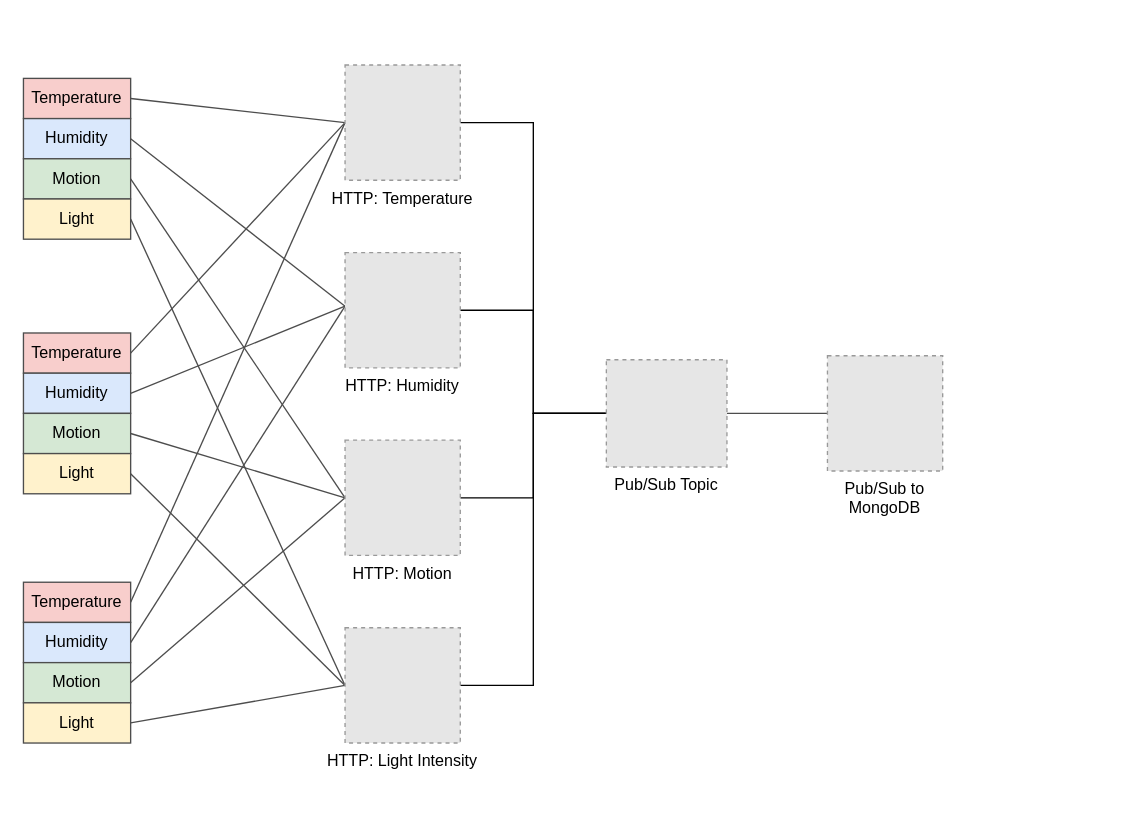
This is Untitled Diagram.drawio from garystafford/draw-io, a draw.io file, before an edit. Source tidied: cells renumbered, new cells numbered last; positions are measured from the earlier drawing's top-left corner, leaving out a move shared by most shapes. Both pictures are drawn from the tidied source at 134%, with x=0, y=0 at pixel (23, 64). Pictures stored in the file or linked from it are replaced by grey dashed boxes.
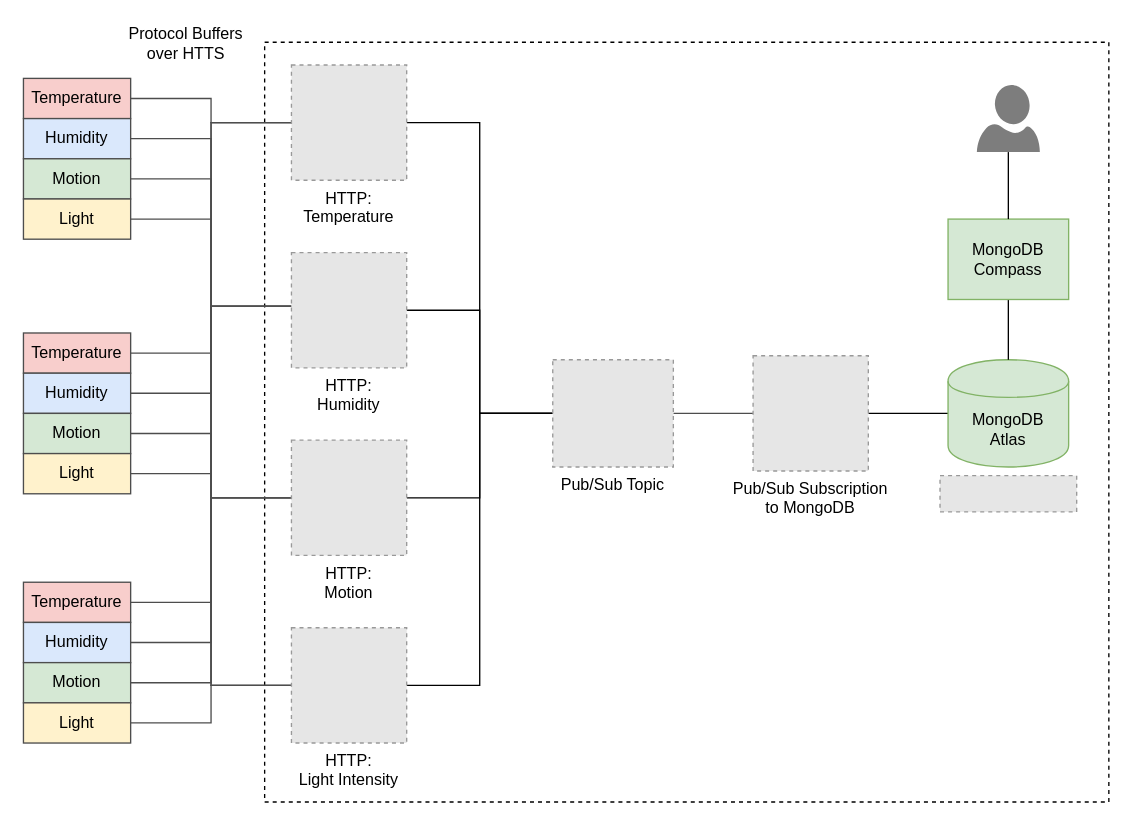
The same page after the edit.

Unchanged cells that the change refers to:
```xml
<mxCell id="3" value="Temperature" style="rounded=0;whiteSpace=wrap;html=1;fillColor=#f8cecc;strokeColor=#4D4D4D;" parent="1" vertex="1">
  <mxGeometry y="10" width="80" height="30" as="geometry" />
</mxCell>
<mxCell id="5" value="Humidity" style="rounded=0;whiteSpace=wrap;html=1;fillColor=#dae8fc;strokeColor=#4D4D4D;" parent="1" vertex="1">
  <mxGeometry y="40" width="80" height="30" as="geometry" />
</mxCell>
<mxCell id="7" value="Motion" style="rounded=0;whiteSpace=wrap;html=1;fillColor=#d5e8d4;strokeColor=#4D4D4D;" parent="1" vertex="1">
  <mxGeometry y="70" width="80" height="30" as="geometry" />
</mxCell>
<mxCell id="9" value="Light" style="rounded=0;whiteSpace=wrap;html=1;fillColor=#fff2cc;strokeColor=#4D4D4D;" parent="1" vertex="1">
  <mxGeometry y="100" width="80" height="30" as="geometry" />
</mxCell>
<mxCell id="11" value="Temperature" style="rounded=0;whiteSpace=wrap;html=1;fillColor=#f8cecc;strokeColor=#4D4D4D;" parent="1" vertex="1">
  <mxGeometry y="200" width="80" height="30" as="geometry" />
</mxCell>
<mxCell id="13" value="Humidity" style="rounded=0;whiteSpace=wrap;html=1;fillColor=#dae8fc;strokeColor=#4D4D4D;" parent="1" vertex="1">
  <mxGeometry y="230" width="80" height="30" as="geometry" />
</mxCell>
<mxCell id="15" value="Motion" style="rounded=0;whiteSpace=wrap;html=1;fillColor=#d5e8d4;strokeColor=#4D4D4D;" parent="1" vertex="1">
  <mxGeometry y="260" width="80" height="30" as="geometry" />
</mxCell>
<mxCell id="17" value="Light" style="rounded=0;whiteSpace=wrap;html=1;fillColor=#fff2cc;strokeColor=#4D4D4D;" parent="1" vertex="1">
  <mxGeometry y="290" width="80" height="30" as="geometry" />
</mxCell>
<mxCell id="19" value="Temperature" style="rounded=0;whiteSpace=wrap;html=1;fillColor=#f8cecc;strokeColor=#4D4D4D;" parent="1" vertex="1">
  <mxGeometry y="386" width="80" height="30" as="geometry" />
</mxCell>
<mxCell id="21" value="Humidity" style="rounded=0;whiteSpace=wrap;html=1;fillColor=#dae8fc;strokeColor=#4D4D4D;" parent="1" vertex="1">
  <mxGeometry y="416" width="80" height="30" as="geometry" />
</mxCell>
<mxCell id="23" value="Motion" style="rounded=0;whiteSpace=wrap;html=1;fillColor=#d5e8d4;strokeColor=#4D4D4D;" parent="1" vertex="1">
  <mxGeometry y="446" width="80" height="30" as="geometry" />
</mxCell>
<mxCell id="25" value="Light" style="rounded=0;whiteSpace=wrap;html=1;fillColor=#fff2cc;strokeColor=#4D4D4D;" parent="1" vertex="1">
  <mxGeometry y="476" width="80" height="30" as="geometry" />
</mxCell>
```

What changed in the source:
```diff
@@
+    <mxCell id="37" style="rounded=0;whiteSpace=wrap;html=1;fillColor=none;dashed=1;" parent="1" vertex="1">
+      <mxGeometry x="180" y="-17" width="630" height="567" as="geometry" />
+    </mxCell>
+    <mxCell id="38" style="fillColor=#E6E6E6;strokeColor=#999999;dashed=1;verticalLabelPosition=bottom;verticalAlign=top;" parent="1" vertex="1">
+      <mxGeometry x="684" y="306.5" width="102" height="27" as="geometry" />
+    </mxCell>
-    <mxCell id="2" style="rounded=0;jettySize=auto;html=1;jumpStyle=none;endArrow=none;endFill=0;exitX=1;exitY=0.5;exitDx=0;exitDy=0;entryX=0;entryY=0.5;entryDx=0;entryDy=0;fillColor=#f8cecc;strokeColor=#4D4D4D;" parent="1" edge="1" source="3" target="27">
+    <mxCell id="2" style="rounded=0;jettySize=auto;html=1;jumpStyle=none;endArrow=none;endFill=0;exitX=1;exitY=0.5;exitDx=0;exitDy=0;entryX=0;entryY=0.5;entryDx=0;entryDy=0;fillColor=#f8cecc;strokeColor=#4D4D4D;edgeStyle=elbowEdgeStyle;" parent="1" edge="1" source="3" target="27">
       <mxGeometry relative="1" as="geometry" />
     </mxCell>
+    <mxCell id="39" value="Protocol Buffers &lt;br&gt;over HTTS" style="text;html=1;align=center;verticalAlign=middle;labelBackgroundColor=#ffffff;" parent="2" vertex="1">
+      <mxGeometry x="-0.65" y="-2" relative="1" as="geometry">
+        <mxPoint x="16" y="-44" as="offset" />
+      </mxGeometry>
+    </mxCell>
@@
-    <mxCell id="4" style="rounded=0;jettySize=auto;html=1;entryX=0;entryY=0.5;entryDx=0;entryDy=0;jumpStyle=none;endArrow=none;endFill=0;exitX=1;exitY=0.5;exitDx=0;exitDy=0;fillColor=#ffe6cc;strokeColor=#4D4D4D;" parent="1" edge="1" source="5">
+    <mxCell id="4" style="rounded=0;jettySize=auto;html=1;entryX=0;entryY=0.5;entryDx=0;entryDy=0;jumpStyle=none;endArrow=none;endFill=0;exitX=1;exitY=0.5;exitDx=0;exitDy=0;fillColor=#ffe6cc;strokeColor=#4D4D4D;edgeStyle=elbowEdgeStyle;" parent="1" edge="1" source="5">
       <mxGeometry relative="1" as="geometry">
-        <mxPoint x="240" y="180" as="targetPoint" />
+        <mxPoint x="200" y="180" as="targetPoint" />
       </mxGeometry>
     </mxCell>
@@
-    <mxCell id="6" style="rounded=0;jumpStyle=none;jettySize=auto;html=1;entryX=0;entryY=0.5;entryDx=0;entryDy=0;endArrow=none;endFill=0;exitX=1;exitY=0.5;exitDx=0;exitDy=0;fillColor=#dae8fc;strokeColor=#4D4D4D;" parent="1" edge="1" source="7" target="31">
+    <mxCell id="6" style="rounded=0;jumpStyle=none;jettySize=auto;html=1;entryX=0;entryY=0.5;entryDx=0;entryDy=0;endArrow=none;endFill=0;exitX=1;exitY=0.5;exitDx=0;exitDy=0;fillColor=#dae8fc;strokeColor=#4D4D4D;edgeStyle=elbowEdgeStyle;" parent="1" edge="1" source="7" target="31">
       <mxGeometry relative="1" as="geometry" />
     </mxCell>
@@
-    <mxCell id="8" style="rounded=0;jumpStyle=none;jettySize=auto;html=1;endArrow=none;endFill=0;exitX=1;exitY=0.5;exitDx=0;exitDy=0;entryX=0;entryY=0.5;entryDx=0;entryDy=0;fillColor=#fff2cc;strokeColor=#4D4D4D;" parent="1" edge="1" source="9" target="33">
+    <mxCell id="8" style="rounded=0;jumpStyle=none;jettySize=auto;html=1;endArrow=none;endFill=0;exitX=1;exitY=0.5;exitDx=0;exitDy=0;entryX=0;entryY=0.5;entryDx=0;entryDy=0;fillColor=#fff2cc;strokeColor=#4D4D4D;edgeStyle=elbowEdgeStyle;" parent="1" edge="1" source="9" target="33">
       <mxGeometry relative="1" as="geometry" />
     </mxCell>
@@
-    <mxCell id="10" style="rounded=0;jettySize=auto;html=1;jumpStyle=none;endArrow=none;endFill=0;exitX=1;exitY=0.5;exitDx=0;exitDy=0;entryX=0;entryY=0.5;entryDx=0;entryDy=0;fillColor=#f8cecc;strokeColor=#4D4D4D;" parent="1" edge="1" source="11" target="27">
+    <mxCell id="10" style="rounded=0;jettySize=auto;html=1;jumpStyle=none;endArrow=none;endFill=0;exitX=1;exitY=0.5;exitDx=0;exitDy=0;entryX=0;entryY=0.5;entryDx=0;entryDy=0;fillColor=#f8cecc;strokeColor=#4D4D4D;edgeStyle=elbowEdgeStyle;" parent="1" edge="1" source="11" target="27">
       <mxGeometry relative="1" as="geometry" />
     </mxCell>
@@
-    <mxCell id="12" style="rounded=0;jettySize=auto;html=1;exitX=1;exitY=0.5;exitDx=0;exitDy=0;jumpStyle=none;endArrow=none;endFill=0;entryX=0;entryY=0.5;entryDx=0;entryDy=0;fillColor=#ffe6cc;strokeColor=#4D4D4D;" parent="1" edge="1" source="13">
+    <mxCell id="12" style="rounded=0;jettySize=auto;html=1;exitX=1;exitY=0.5;exitDx=0;exitDy=0;jumpStyle=none;endArrow=none;endFill=0;entryX=0;entryY=0.5;entryDx=0;entryDy=0;fillColor=#ffe6cc;strokeColor=#4D4D4D;edgeStyle=elbowEdgeStyle;" parent="1" edge="1" source="13">
       <mxGeometry relative="1" as="geometry">
-        <mxPoint x="240" y="180" as="targetPoint" />
+        <mxPoint x="200" y="180" as="targetPoint" />
       </mxGeometry>
     </mxCell>
@@
-    <mxCell id="14" style="rounded=0;jumpStyle=none;jettySize=auto;html=1;entryX=0;entryY=0.5;entryDx=0;entryDy=0;endArrow=none;endFill=0;exitX=1;exitY=0.5;exitDx=0;exitDy=0;fillColor=#dae8fc;strokeColor=#4D4D4D;" parent="1" edge="1" source="15" target="31">
+    <mxCell id="14" style="rounded=0;jumpStyle=none;jettySize=auto;html=1;entryX=0;entryY=0.5;entryDx=0;entryDy=0;endArrow=none;endFill=0;exitX=1;exitY=0.5;exitDx=0;exitDy=0;fillColor=#dae8fc;strokeColor=#4D4D4D;edgeStyle=elbowEdgeStyle;" parent="1" edge="1" source="15" target="31">
       <mxGeometry relative="1" as="geometry" />
     </mxCell>
@@
-    <mxCell id="16" style="rounded=0;jumpStyle=none;jettySize=auto;html=1;endArrow=none;endFill=0;entryX=0;entryY=0.5;entryDx=0;entryDy=0;fillColor=#fff2cc;strokeColor=#4D4D4D;exitX=1;exitY=0.5;exitDx=0;exitDy=0;" parent="1" edge="1" source="17" target="33">
+    <mxCell id="16" style="rounded=0;jumpStyle=none;jettySize=auto;html=1;endArrow=none;endFill=0;entryX=0;entryY=0.5;entryDx=0;entryDy=0;fillColor=#fff2cc;strokeColor=#4D4D4D;exitX=1;exitY=0.5;exitDx=0;exitDy=0;edgeStyle=elbowEdgeStyle;" parent="1" edge="1" source="17" target="33">
       <mxGeometry relative="1" as="geometry" />
     </mxCell>
@@
-    <mxCell id="18" style="rounded=0;jettySize=auto;html=1;entryX=0;entryY=0.5;entryDx=0;entryDy=0;jumpStyle=none;endArrow=none;endFill=0;exitX=1;exitY=0.5;exitDx=0;exitDy=0;fillColor=#f8cecc;strokeColor=#4D4D4D;" parent="1" edge="1" source="19" target="27">
+    <mxCell id="18" style="rounded=0;jettySize=auto;html=1;entryX=0;entryY=0.5;entryDx=0;entryDy=0;jumpStyle=none;endArrow=none;endFill=0;exitX=1;exitY=0.5;exitDx=0;exitDy=0;fillColor=#f8cecc;strokeColor=#4D4D4D;edgeStyle=elbowEdgeStyle;" parent="1" edge="1" source="19" target="27">
       <mxGeometry relative="1" as="geometry" />
     </mxCell>
@@
-    <mxCell id="20" style="rounded=0;jettySize=auto;html=1;jumpStyle=none;endArrow=none;endFill=0;exitX=1;exitY=0.5;exitDx=0;exitDy=0;fillColor=#ffe6cc;strokeColor=#4D4D4D;" parent="1" edge="1" source="21">
+    <mxCell id="20" style="rounded=0;jettySize=auto;html=1;jumpStyle=none;endArrow=none;endFill=0;exitX=1;exitY=0.5;exitDx=0;exitDy=0;fillColor=#ffe6cc;strokeColor=#4D4D4D;edgeStyle=elbowEdgeStyle;" parent="1" edge="1" source="21">
       <mxGeometry relative="1" as="geometry">
-        <mxPoint x="240" y="180" as="targetPoint" />
+        <mxPoint x="200" y="180" as="targetPoint" />
       </mxGeometry>
     </mxCell>
@@
-    <mxCell id="22" style="rounded=0;jumpStyle=none;jettySize=auto;html=1;entryX=0;entryY=0.5;entryDx=0;entryDy=0;endArrow=none;endFill=0;exitX=1;exitY=0.5;exitDx=0;exitDy=0;fillColor=#dae8fc;strokeColor=#4D4D4D;" parent="1" edge="1" source="23" target="31">
+    <mxCell id="22" style="rounded=0;jumpStyle=none;jettySize=auto;html=1;entryX=0;entryY=0.5;entryDx=0;entryDy=0;endArrow=none;endFill=0;exitX=1;exitY=0.5;exitDx=0;exitDy=0;fillColor=#dae8fc;strokeColor=#4D4D4D;edgeStyle=elbowEdgeStyle;" parent="1" edge="1" source="23" target="31">
       <mxGeometry relative="1" as="geometry" />
     </mxCell>
@@
-    <mxCell id="24" style="rounded=0;jumpStyle=none;jettySize=auto;html=1;entryX=0;entryY=0.5;entryDx=0;entryDy=0;endArrow=none;endFill=0;exitX=1;exitY=0.5;exitDx=0;exitDy=0;fillColor=#fff2cc;strokeColor=#4D4D4D;" parent="1" edge="1" source="25" target="33">
+    <mxCell id="24" style="rounded=0;jumpStyle=none;jettySize=auto;html=1;entryX=0;entryY=0.5;entryDx=0;entryDy=0;endArrow=none;endFill=0;exitX=1;exitY=0.5;exitDx=0;exitDy=0;fillColor=#fff2cc;strokeColor=#4D4D4D;edgeStyle=elbowEdgeStyle;" parent="1" edge="1" source="25" target="33">
       <mxGeometry relative="1" as="geometry" />
     </mxCell>
@@
-    <mxCell id="27" value="HTTP: Temperature" style="fillColor=#E6E6E6;strokeColor=#999999;dashed=1;verticalLabelPosition=bottom;verticalAlign=top;" parent="1" vertex="1">
-      <mxGeometry x="240" width="86" height="86" as="geometry" />
+    <mxCell id="27" value="HTTP: &#10;Temperature" style="fillColor=#E6E6E6;strokeColor=#999999;dashed=1;verticalLabelPosition=bottom;verticalAlign=top;" parent="1" vertex="1">
+      <mxGeometry x="200" width="86" height="86" as="geometry" />
     </mxCell>
@@
-    <mxCell id="29" value="HTTP: Humidity" style="fillColor=#E6E6E6;strokeColor=#999999;dashed=1;verticalLabelPosition=bottom;verticalAlign=top;" parent="1" vertex="1">
-      <mxGeometry x="240" y="140" width="86" height="86" as="geometry" />
+    <mxCell id="29" value="HTTP: &#10;Humidity" style="fillColor=#E6E6E6;strokeColor=#999999;dashed=1;verticalLabelPosition=bottom;verticalAlign=top;" parent="1" vertex="1">
+      <mxGeometry x="200" y="140" width="86" height="86" as="geometry" />
     </mxCell>
@@
-    <mxCell id="31" value="HTTP: Motion" style="fillColor=#E6E6E6;strokeColor=#999999;dashed=1;verticalLabelPosition=bottom;verticalAlign=top;" parent="1" vertex="1">
-      <mxGeometry x="240" y="280" width="86" height="86" as="geometry" />
+    <mxCell id="31" value="HTTP: &#10;Motion" style="fillColor=#E6E6E6;strokeColor=#999999;dashed=1;verticalLabelPosition=bottom;verticalAlign=top;" parent="1" vertex="1">
+      <mxGeometry x="200" y="280" width="86" height="86" as="geometry" />
     </mxCell>
@@
-    <mxCell id="33" value="HTTP: Light Intensity" style="fillColor=#E6E6E6;strokeColor=#999999;dashed=1;verticalLabelPosition=bottom;verticalAlign=top;" parent="1" vertex="1">
-      <mxGeometry x="240" y="420" width="86" height="86" as="geometry" />
+    <mxCell id="33" value="HTTP: &#10;Light Intensity" style="fillColor=#E6E6E6;strokeColor=#999999;dashed=1;verticalLabelPosition=bottom;verticalAlign=top;" parent="1" vertex="1">
+      <mxGeometry x="200" y="420" width="86" height="86" as="geometry" />
     </mxCell>
@@
     <mxCell id="35" value="Pub/Sub Topic" style="fillColor=#E6E6E6;strokeColor=#999999;dashed=1;verticalLabelPosition=bottom;verticalAlign=top;" parent="1" vertex="1">
-      <mxGeometry x="435" y="220" width="90" height="80" as="geometry" />
+      <mxGeometry x="395" y="220" width="90" height="80" as="geometry" />
     </mxCell>
+    <mxCell id="40" style="edgeStyle=orthogonalEdgeStyle;rounded=0;jettySize=auto;html=1;entryX=0;entryY=0.5;entryDx=0;entryDy=0;endArrow=none;endFill=0;" parent="1" edge="1" source="36" target="41">
+      <mxGeometry relative="1" as="geometry" />
+    </mxCell>
-    <mxCell id="36" value="Pub/Sub to &#10;MongoDB" style="fillColor=#E6E6E6;strokeColor=#999999;dashed=1;verticalLabelPosition=bottom;verticalAlign=top;" parent="1" vertex="1">
-      <mxGeometry x="600" y="217" width="86" height="86" as="geometry" />
+    <mxCell id="36" value="Pub/Sub Subscription&#10;to MongoDB" style="fillColor=#E6E6E6;strokeColor=#999999;dashed=1;verticalLabelPosition=bottom;verticalAlign=top;" parent="1" vertex="1">
+      <mxGeometry x="544.5" y="217" width="86" height="86" as="geometry" />
     </mxCell>
+    <mxCell id="41" value="MongoDB &lt;br&gt;Atlas" style="shape=cylinder;whiteSpace=wrap;html=1;boundedLbl=1;backgroundOutline=1;fillColor=#d5e8d4;strokeColor=#82b366;" parent="1" vertex="1">
+      <mxGeometry x="690" y="220" width="90" height="80" as="geometry" />
+    </mxCell>
+    <mxCell id="42" style="edgeStyle=orthogonalEdgeStyle;rounded=0;jettySize=auto;html=1;entryX=0.5;entryY=0;entryDx=0;entryDy=0;endArrow=none;endFill=0;" parent="1" edge="1" source="43" target="41">
+      <mxGeometry relative="1" as="geometry" />
+    </mxCell>
+    <mxCell id="43" value="MongoDB Compass" style="rounded=0;whiteSpace=wrap;html=1;fillColor=#d5e8d4;strokeColor=#82b366;" parent="1" vertex="1">
+      <mxGeometry x="690" y="115" width="90" height="60" as="geometry" />
+    </mxCell>
+    <mxCell id="44" style="rounded=0;jettySize=auto;html=1;entryX=0.5;entryY=0;entryDx=0;entryDy=0;endArrow=none;endFill=0;" parent="1" edge="1" source="45" target="43">
+      <mxGeometry relative="1" as="geometry" />
+    </mxCell>
+    <mxCell id="45" style="shadow=0;dashed=0;html=1;strokeColor=none;labelPosition=center;verticalLabelPosition=bottom;verticalAlign=top;align=center;shape=mxgraph.azure.user;fillColor=#7D7D7D;" parent="1" vertex="1">
+      <mxGeometry x="711.5" y="15" width="47" height="50" as="geometry" />
+    </mxCell>
```
